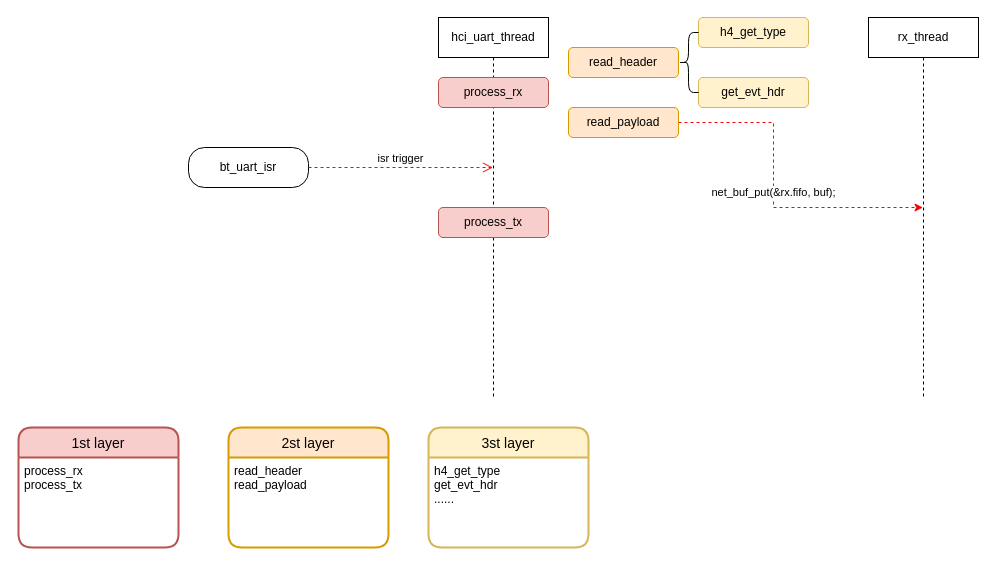
The draw.io diagram myspace/未命名绘图.drawio in git4Chub/drawio_doc, before the edit. Source tidied: cells renumbered, new cells numbered last; positions are measured from the earlier drawing's top-left corner, leaving out a move shared by most shapes. Both pictures are drawn from the tidied source at 100%, with x=0, y=0 at pixel (18, 17).
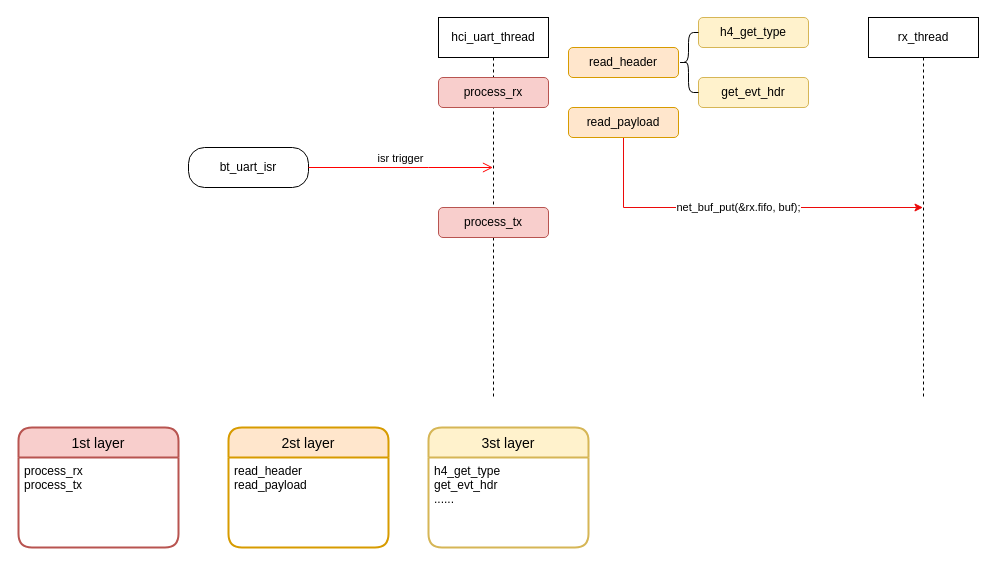
The same page after the edit.

Commit message:
更新未命名绘图.drawio

The change refers to these unchanged cells:
```xml
<mxCell id="2" value="hci_uart_thread" style="shape=umlLifeline;perimeter=lifelinePerimeter;whiteSpace=wrap;html=1;outlineConnect=0;" parent="1" vertex="1">
  <mxGeometry x="420" width="110" height="380" as="geometry" />
</mxCell>
<mxCell id="5" value="bt_uart_isr" style="rounded=1;whiteSpace=wrap;html=1;arcSize=40;" parent="1" vertex="1">
  <mxGeometry x="170" y="130" width="120" height="40" as="geometry" />
</mxCell>
<mxCell id="15" value="&lt;span style=&quot;text-align: left;&quot;&gt;read_payload&lt;/span&gt;" style="rounded=1;whiteSpace=wrap;html=1;fillColor=#ffe6cc;strokeColor=#d79b00;" parent="1" vertex="1">
  <mxGeometry x="550" y="90" width="110" height="30" as="geometry" />
</mxCell>
<mxCell id="19" value="rx_thread" style="shape=umlLifeline;perimeter=lifelinePerimeter;whiteSpace=wrap;html=1;outlineConnect=0;" parent="1" vertex="1">
  <mxGeometry x="850" width="110" height="380" as="geometry" />
</mxCell>
```

Diff of the diagram source:
```diff
@@
-    <mxCell id="6" value="isr trigger" style="edgeStyle=orthogonalEdgeStyle;html=1;verticalAlign=bottom;endArrow=open;endSize=8;strokeColor=#ff0000;rounded=0;dashed=1;" parent="1" edge="1" source="5" target="2">
+    <mxCell id="6" value="isr trigger" style="edgeStyle=orthogonalEdgeStyle;html=1;verticalAlign=bottom;endArrow=open;endSize=8;strokeColor=#ff0000;rounded=0;" parent="1" edge="1" source="5" target="2">
       <mxGeometry relative="1" as="geometry">
         <Array as="points">
           <mxPoint x="410" y="150" />
           <mxPoint x="410" y="150" />
         </Array>
       </mxGeometry>
     </mxCell>
@@
-    <mxCell id="14" value="net_buf_put(&amp;rx.fifo, buf);" style="edgeStyle=orthogonalEdgeStyle;rounded=0;jettySize=auto;html=1;labelBorderColor=none;strokeColor=#ec0909;startArrow=none;startFill=0;endArrow=classic;endFill=1;dashed=1;" parent="1" edge="1" source="15" target="19">
+    <mxCell id="14" value="net_buf_put(&amp;rx.fifo, buf);" style="edgeStyle=orthogonalEdgeStyle;rounded=0;jettySize=auto;html=1;labelBorderColor=none;strokeColor=#ec0909;startArrow=none;startFill=0;endArrow=classic;endFill=1;exitX=0.5;exitY=1;exitDx=0;exitDy=0;" parent="1" edge="1" source="15" target="19">
       <mxGeometry relative="1" as="geometry" />
     </mxCell>
```
